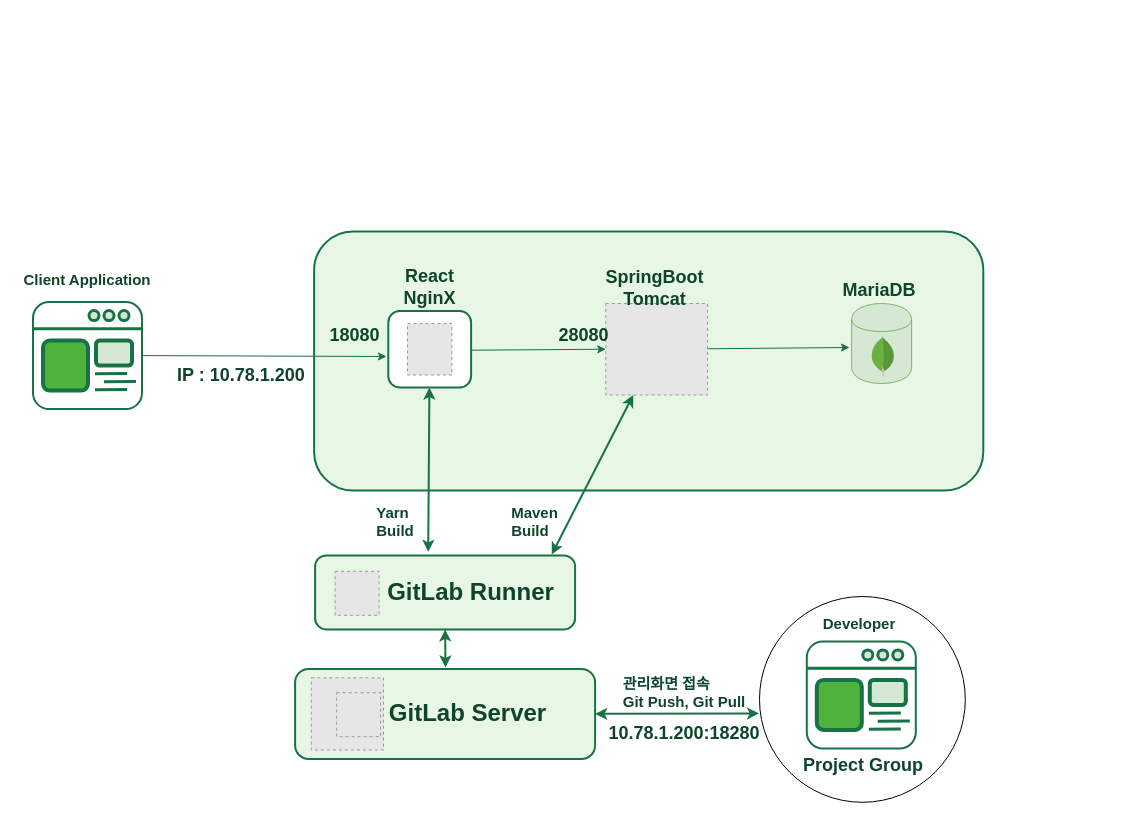
This is page "보안팀개발 아키텍처" (15 of 16) of Untitled Diagram.drawio from nodeman/Kubernetes, a draw.io file, before an edit. Source tidied: cells renumbered, new cells numbered last; positions are measured from the earlier drawing's top-left corner, leaving out a move shared by most shapes. Both pictures are drawn from the tidied source at 100%, with x=0, y=0 at pixel (17, 231). Pictures stored in the file or linked from it are replaced by grey dashed boxes.
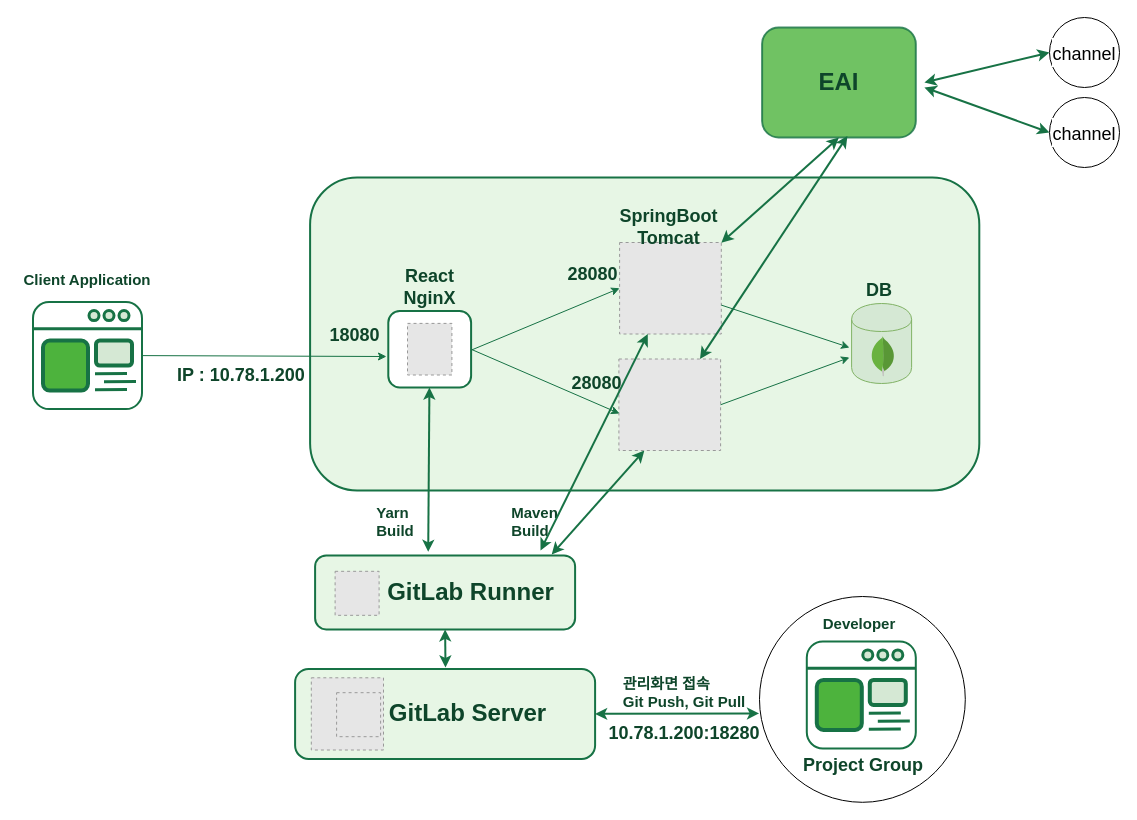
Above is the later version.

The change refers to these unchanged cells:
```xml
<mxCell id="2" style="rounded=1;whiteSpace=wrap;html=1;fontColor=#E7F6E5;fillColor=#E7F6E5;strokeWidth=2;strokeColor=#177245;" parent="1" vertex="1">
  <mxGeometry x="297.6" y="323.9" width="260" height="74" as="geometry" />
</mxCell>
<mxCell id="28" style="rounded=1;whiteSpace=wrap;html=1;strokeWidth=2;strokeColor=#177245;" parent="1" vertex="1">
  <mxGeometry x="370.8" y="79.5" width="82.8" height="76.5" as="geometry" />
</mxCell>
```

What changed in the source:
```diff
@@
     <mxCell id="22" style="rounded=1;whiteSpace=wrap;html=1;fontColor=#E7F6E5;fillColor=#E7F6E5;strokeWidth=2;strokeColor=#177245;" parent="1" vertex="1">
-      <mxGeometry x="296.6" width="669.2" height="259" as="geometry" />
+      <mxGeometry x="292.6" y="-54" width="669.2" height="313" as="geometry" />
     </mxCell>
@@
-    <mxCell id="25" value="&lt;font style=&quot;font-size: 18px;&quot;&gt;MariaDB&lt;/font&gt;" style="text;html=1;strokeColor=none;fillColor=none;align=center;verticalAlign=middle;whiteSpace=wrap;rounded=0;fontFamily=Quicksand;FType=g;fontStyle=1;fontSize=13;fontColor=#0E452A;" parent="1" vertex="1">
+    <mxCell id="25" value="&lt;font style=&quot;font-size: 18px;&quot;&gt;DB&lt;/font&gt;" style="text;html=1;strokeColor=none;fillColor=none;align=center;verticalAlign=middle;whiteSpace=wrap;rounded=0;fontFamily=Quicksand;FType=g;fontStyle=1;fontSize=13;fontColor=#0E452A;" parent="1" vertex="1">
       <mxGeometry x="797" y="49.2" width="130" height="20" as="geometry" />
     </mxCell>
     <mxCell id="26" style="rounded=1;whiteSpace=wrap;html=1;strokeWidth=2;strokeColor=#177245;" parent="1" vertex="1">
-      <mxGeometry x="597.2" y="79.5" width="82.8" height="76.5" as="geometry" />
+      <mxGeometry x="610.9" y="18.5" width="82.8" height="76.5" as="geometry" />
     </mxCell>
     <mxCell id="27" style="fillColor=#E6E6E6;strokeColor=#999999;dashed=1;verticalLabelPosition=bottom;labelBackgroundColor=#ffffff;verticalAlign=top;" parent="1" vertex="1">
-      <mxGeometry x="588.3" y="72" width="101.7" height="91.5" as="geometry" />
+      <mxGeometry x="602.1" y="11" width="101.7" height="91.5" as="geometry" />
     </mxCell>
@@
     <mxCell id="31" value="&lt;font style=&quot;font-size: 18px;&quot;&gt;SpringBoot&lt;br&gt;Tomcat&lt;br&gt;&lt;/font&gt;" style="text;html=1;strokeColor=none;fillColor=none;align=center;verticalAlign=middle;whiteSpace=wrap;rounded=0;fontFamily=Quicksand;FType=g;fontStyle=1;fontSize=15;fontColor=#0E452A;" parent="1" vertex="1">
-      <mxGeometry x="585.4" y="47" width="104.6" height="20" as="geometry" />
+      <mxGeometry x="599.1" y="-14" width="104.6" height="20" as="geometry" />
     </mxCell>
@@
     <mxCell id="39" value="&lt;span style=&quot;font-size: 18px;&quot;&gt;28080&lt;/span&gt;" style="text;html=1;strokeColor=none;fillColor=none;align=center;verticalAlign=middle;whiteSpace=wrap;rounded=0;fontFamily=Quicksand;FType=g;fontStyle=1;fontSize=15;fontColor=#0E452A;" parent="1" vertex="1">
-      <mxGeometry x="530.7" y="96" width="70.5" height="15.2" as="geometry" />
+      <mxGeometry x="540.4" y="35" width="70.5" height="15.2" as="geometry" />
     </mxCell>
@@
-    <mxCell id="54" style="endArrow=classic;startArrow=classic;html=1;fontSize=15;fontColor=#333333;strokeColor=#177245;strokeWidth=2;entryX=0.91;entryY=-0.012;entryDx=0;entryDy=0;entryPerimeter=0;" parent="1" edge="1" source="27">
+    <mxCell id="54" style="endArrow=classic;startArrow=classic;html=1;fontSize=15;fontColor=#333333;strokeColor=#177245;strokeWidth=2;entryX=0.91;entryY=-0.012;entryDx=0;entryDy=0;entryPerimeter=0;exitX=0.25;exitY=1;exitDx=0;exitDy=0;" parent="1" edge="1" source="60">
       <mxGeometry relative="1" as="geometry">
         <mxPoint x="534.2" y="323" as="targetPoint" />
       </mxGeometry>
     </mxCell>
@@
+    <mxCell id="59" style="rounded=1;whiteSpace=wrap;html=1;strokeWidth=2;strokeColor=#177245;" parent="1" vertex="1">
+      <mxGeometry x="610.2" y="135" width="82.8" height="76.5" as="geometry" />
+    </mxCell>
+    <mxCell id="60" style="fillColor=#E6E6E6;strokeColor=#999999;dashed=1;verticalLabelPosition=bottom;labelBackgroundColor=#ffffff;verticalAlign=top;" parent="1" vertex="1">
+      <mxGeometry x="601.4" y="127.5" width="101.7" height="91.5" as="geometry" />
+    </mxCell>
+    <mxCell id="61" value="&lt;span style=&quot;font-size: 18px;&quot;&gt;28080&lt;/span&gt;" style="text;html=1;strokeColor=none;fillColor=none;align=center;verticalAlign=middle;whiteSpace=wrap;rounded=0;fontFamily=Quicksand;FType=g;fontStyle=1;fontSize=15;fontColor=#0E452A;" parent="1" vertex="1">
+      <mxGeometry x="543.8" y="144.5" width="70.5" height="15.2" as="geometry" />
+    </mxCell>
+    <mxCell id="62" style="rounded=0;jettySize=auto;html=1;fontFamily=Quicksand;fontSize=13;fontStyle=1;labelBackgroundColor=none;strokeColor=#177245;entryX=0.006;entryY=0.596;entryDx=0;entryDy=0;exitX=1;exitY=0.5;exitDx=0;exitDy=0;entryPerimeter=0;" parent="1" edge="1" source="28" target="60">
+      <mxGeometry y="-10" relative="1" as="geometry" />
+    </mxCell>
+    <mxCell id="63" style="endArrow=classic;startArrow=classic;html=1;fontSize=15;fontColor=#333333;strokeColor=#177245;strokeWidth=2;entryX=0.867;entryY=-0.066;entryDx=0;entryDy=0;entryPerimeter=0;" parent="1" edge="1" source="27" target="2">
+      <mxGeometry relative="1" as="geometry" />
+    </mxCell>
+    <mxCell id="64" style="rounded=0;jettySize=auto;html=1;fontFamily=Quicksand;fontSize=13;fontStyle=1;labelBackgroundColor=none;strokeColor=#177245;exitX=1;exitY=0.5;exitDx=0;exitDy=0;" parent="1" edge="1" source="60">
+      <mxGeometry y="-10" relative="1" as="geometry">
+        <mxPoint x="832" y="126" as="targetPoint" />
+      </mxGeometry>
+    </mxCell>
+    <mxCell id="65" style="rounded=1;whiteSpace=wrap;html=1;strokeColor=#177245;strokeWidth=2;fillColor=#4DB33D;opacity=80;" parent="1" vertex="1">
+      <mxGeometry x="744.6" y="-204" width="153.7" height="110" as="geometry" />
+    </mxCell>
+    <mxCell id="66" value="&lt;span style=&quot;font-size: 24px;&quot;&gt;EAI&lt;/span&gt;" style="text;html=1;strokeColor=none;fillColor=none;align=center;verticalAlign=middle;whiteSpace=wrap;rounded=0;fontFamily=Quicksand;FType=g;fontStyle=1;fontSize=15;fontColor=#0E452A;" parent="1" vertex="1">
+      <mxGeometry x="736.1" y="-159" width="170.8" height="20" as="geometry" />
+    </mxCell>
+    <mxCell id="67" style="endArrow=classic;startArrow=classic;html=1;fontSize=15;fontColor=#333333;strokeColor=#177245;strokeWidth=2;exitX=0.5;exitY=1;exitDx=0;exitDy=0;" parent="1" edge="1" source="65" target="27">
+      <mxGeometry relative="1" as="geometry" />
+    </mxCell>
+    <mxCell id="68" style="endArrow=classic;startArrow=classic;html=1;fontSize=15;fontColor=#333333;strokeColor=#177245;strokeWidth=2;exitX=0.555;exitY=0.986;exitDx=0;exitDy=0;exitPerimeter=0;" parent="1" edge="1" source="65" target="60">
+      <mxGeometry relative="1" as="geometry" />
+    </mxCell>
+    <mxCell id="69" value="&lt;font style=&quot;font-size: 18px;&quot;&gt;channel&lt;/font&gt;" style="ellipse;whiteSpace=wrap;html=1;labelBackgroundColor=#ffffff;fontFamily=Helvetica;fontSize=24;fontColor=default;strokeColor=default;fillColor=default;" parent="1" vertex="1">
+      <mxGeometry x="1032" y="-214" width="70" height="70" as="geometry" />
+    </mxCell>
+    <mxCell id="70" value="&lt;font style=&quot;font-size: 18px;&quot;&gt;channel&lt;/font&gt;" style="ellipse;whiteSpace=wrap;html=1;labelBackgroundColor=#ffffff;fontFamily=Helvetica;fontSize=24;fontColor=default;strokeColor=default;fillColor=default;" parent="1" vertex="1">
+      <mxGeometry x="1032" y="-134" width="70" height="70" as="geometry" />
+    </mxCell>
+    <mxCell id="71" style="endArrow=classic;startArrow=classic;html=1;fontSize=15;fontColor=#333333;strokeColor=#177245;strokeWidth=2;exitX=0;exitY=0.5;exitDx=0;exitDy=0;entryX=1;entryY=0.5;entryDx=0;entryDy=0;" parent="1" edge="1" source="69" target="66">
+      <mxGeometry relative="1" as="geometry" />
+    </mxCell>
+    <mxCell id="72" style="endArrow=classic;startArrow=classic;html=1;fontSize=15;fontColor=#333333;strokeColor=#177245;strokeWidth=2;exitX=0;exitY=0.5;exitDx=0;exitDy=0;entryX=1;entryY=0.75;entryDx=0;entryDy=0;" parent="1" edge="1" source="70" target="66">
+      <mxGeometry relative="1" as="geometry" />
+    </mxCell>
```
